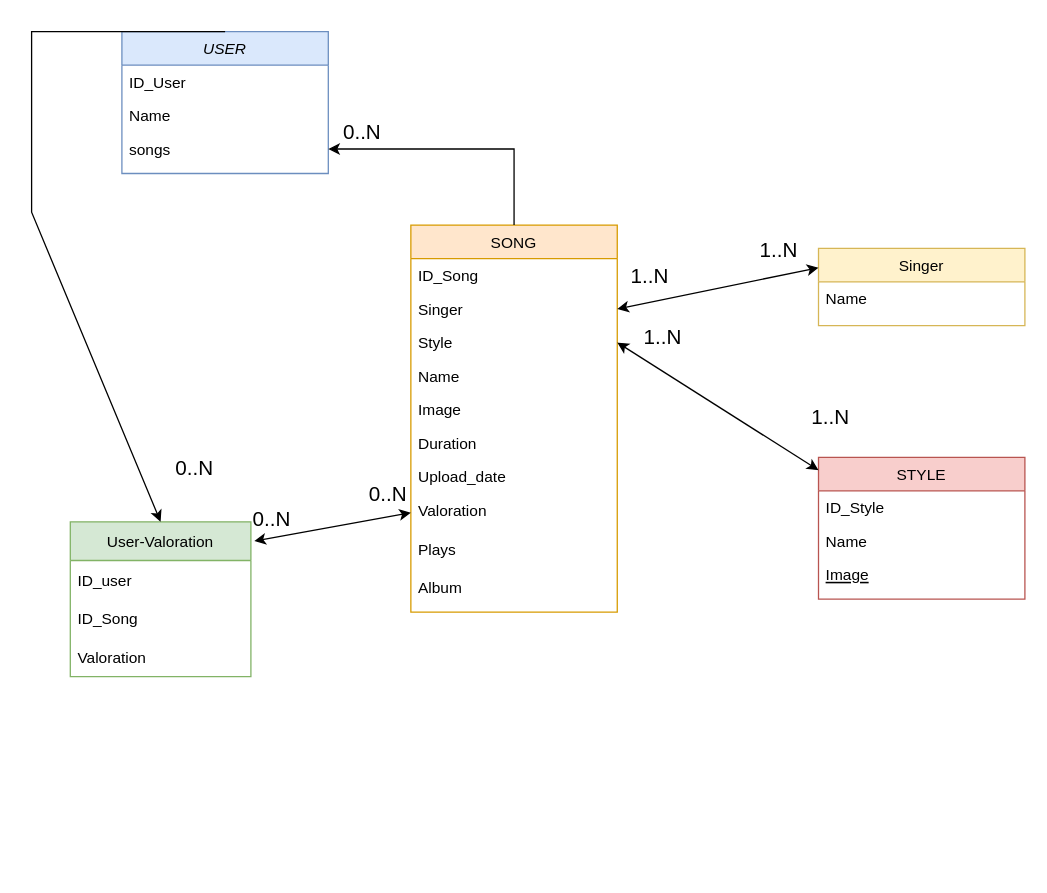
Earlier version of the draw.io diagram draw/database.drawio (abeja21/PFB-Kreitekfy-B). Source tidied: cells renumbered, new cells numbered last; positions are measured from the earlier drawing's top-left corner, leaving out a move shared by most shapes. Both pictures are drawn from the tidied source at 129%, with x=0, y=0 at pixel (31, 31).
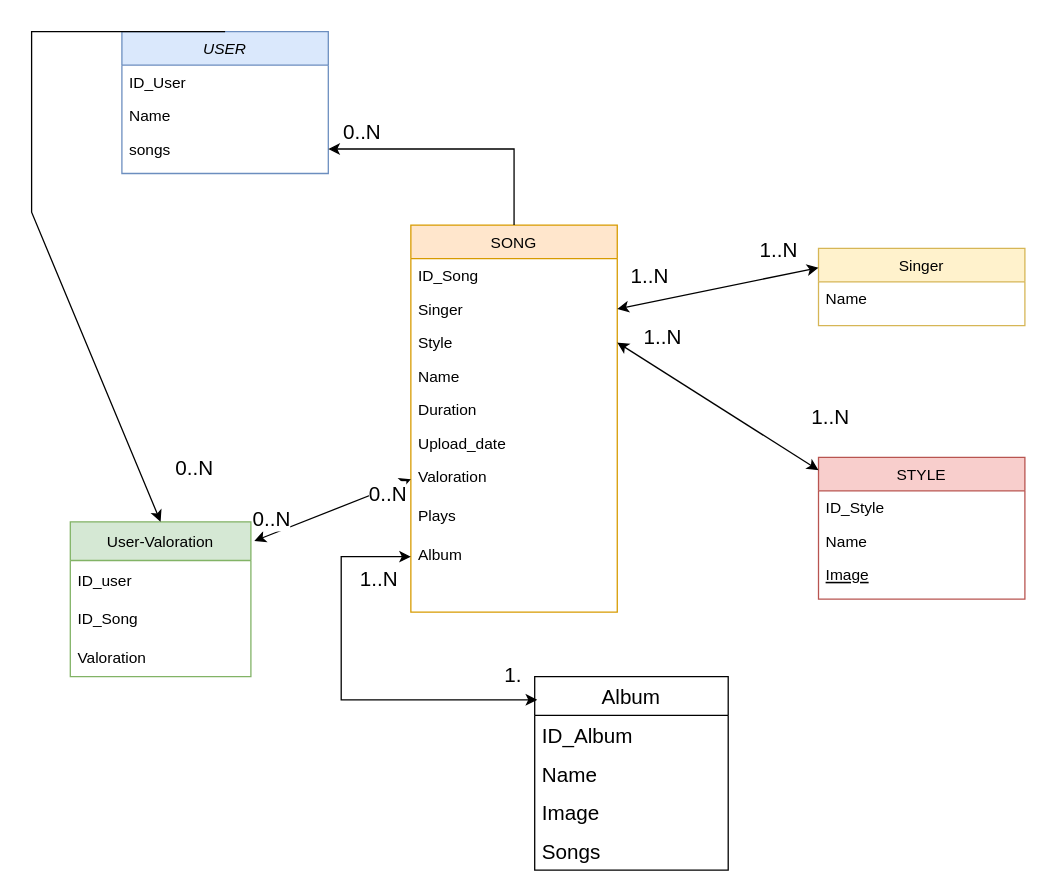
After the change.

The change refers to these unchanged cells:
```xml
<mxCell id="12" value="SONG" style="swimlane;fontStyle=0;align=center;verticalAlign=top;horizontal=1;startSize=26;rounded=0;shadow=0;strokeWidth=1;fillColor=#ffe6cc;strokeColor=#d79b00;" parent="1" vertex="1">
  <mxGeometry x="294" y="150" width="160" height="300" as="geometry" />
</mxCell>
```

The edit, as a diff of the source:
```diff
@@
-    <mxCell id="17" value="Image" style="text;align=left;verticalAlign=top;spacingLeft=4;spacingRight=4;overflow=hidden;rounded=0;shadow=0;html=0;" parent="12" vertex="1">
-      <mxGeometry y="130" width="160" height="26" as="geometry" />
-    </mxCell>
     <mxCell id="18" value="Duration" style="text;align=left;verticalAlign=top;spacingLeft=4;spacingRight=4;overflow=hidden;" parent="12" vertex="1">
-      <mxGeometry y="156" width="160" height="26" as="geometry" />
+      <mxGeometry y="130" width="160" height="26" as="geometry" />
     </mxCell>
     <mxCell id="19" value="Upload_date" style="text;align=left;verticalAlign=top;spacingLeft=4;spacingRight=4;overflow=hidden;" parent="12" vertex="1">
-      <mxGeometry y="182" width="160" height="26" as="geometry" />
+      <mxGeometry y="156" width="160" height="26" as="geometry" />
     </mxCell>
     <mxCell id="20" value="Valoration" style="text;align=left;verticalAlign=top;spacingLeft=4;spacingRight=4;overflow=hidden;points=[[0,0.5],[1,0.5]];portConstraint=eastwest;" parent="12" vertex="1">
-      <mxGeometry y="208" width="160" height="30" as="geometry" />
+      <mxGeometry y="182" width="160" height="30" as="geometry" />
     </mxCell>
     <mxCell id="21" value="Plays" style="text;align=left;verticalAlign=top;spacingLeft=4;spacingRight=4;overflow=hidden;" parent="12" vertex="1">
-      <mxGeometry y="238" width="160" height="30" as="geometry" />
+      <mxGeometry y="212" width="160" height="30" as="geometry" />
     </mxCell>
     <mxCell id="22" value="Album&#10;" style="text;align=left;verticalAlign=top;spacingLeft=4;spacingRight=4;overflow=hidden;points=[[0,0.5],[1,0.5]];portConstraint=eastwest;" parent="12" vertex="1">
-      <mxGeometry y="268" width="160" height="30" as="geometry" />
+      <mxGeometry y="242" width="160" height="30" as="geometry" />
     </mxCell>
@@
+    <mxCell id="40" value="Album" style="swimlane;fontStyle=0;horizontal=1;startSize=30;fontSize=16;" parent="1" vertex="1">
+      <mxGeometry x="390" y="500" width="150" height="150" as="geometry" />
+    </mxCell>
+    <mxCell id="41" value="ID_Album" style="text;strokeColor=none;fillColor=none;align=left;verticalAlign=middle;spacingLeft=4;spacingRight=4;overflow=hidden;fontSize=16;" parent="40" vertex="1">
+      <mxGeometry y="30" width="150" height="30" as="geometry" />
+    </mxCell>
+    <mxCell id="42" value="Name" style="text;strokeColor=none;fillColor=none;align=left;verticalAlign=middle;spacingLeft=4;spacingRight=4;overflow=hidden;fontSize=16;" parent="40" vertex="1">
+      <mxGeometry y="60" width="150" height="30" as="geometry" />
+    </mxCell>
+    <mxCell id="17" value="Image" style="text;strokeColor=none;fillColor=none;align=left;verticalAlign=middle;spacingLeft=4;spacingRight=4;overflow=hidden;fontSize=16;" parent="40" vertex="1">
+      <mxGeometry y="90" width="150" height="30" as="geometry" />
+    </mxCell>
+    <mxCell id="43" value="Songs" style="text;strokeColor=none;fillColor=none;align=left;verticalAlign=middle;spacingLeft=4;spacingRight=4;overflow=hidden;fontSize=16;" parent="40" vertex="1">
+      <mxGeometry y="120" width="150" height="30" as="geometry" />
+    </mxCell>
+    <mxCell id="44" style="endArrow=classic;startArrow=classic;html=1;rounded=0;fontSize=16;entryX=0;entryY=0.5;entryDx=0;entryDy=0;exitX=0.013;exitY=0.12;exitDx=0;exitDy=0;exitPerimeter=0;" parent="1" edge="1" source="40" target="22">
+      <mxGeometry relative="1" as="geometry">
+        <Array as="points">
+          <mxPoint x="240" y="518" />
+          <mxPoint x="240" y="407" />
+        </Array>
+      </mxGeometry>
+    </mxCell>
+    <mxCell id="45" value="&lt;font style=&quot;font-size: 16px;&quot;&gt;1.&lt;/font&gt;" style="edgeLabel;html=1;align=center;verticalAlign=middle;spacing=7;" parent="1" vertex="1">
+      <mxGeometry x="374" y="460" as="geometry">
+        <mxPoint x="-2" y="38" as="offset" />
+      </mxGeometry>
+    </mxCell>
+    <mxCell id="46" value="&lt;font style=&quot;font-size: 16px;&quot;&gt;1..N&lt;/font&gt;" style="edgeLabel;html=1;align=center;verticalAlign=middle;spacing=7;" parent="1" vertex="1">
+      <mxGeometry x="270" y="385" as="geometry">
+        <mxPoint x="-2" y="38" as="offset" />
+      </mxGeometry>
+    </mxCell>
```
